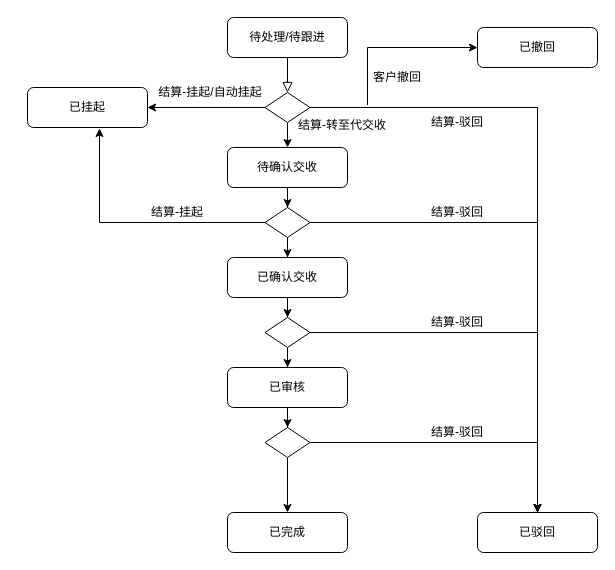
Above: Untitled Diagram.drawio in qzlll/rpcrabbitmq (draw.io), before the change. Source tidied: cells renumbered, new cells numbered last; positions are measured from the earlier drawing's top-left corner, leaving out a move shared by most shapes. Both pictures are drawn from the tidied source at 100%, with x=0, y=0 at pixel (27, 17).
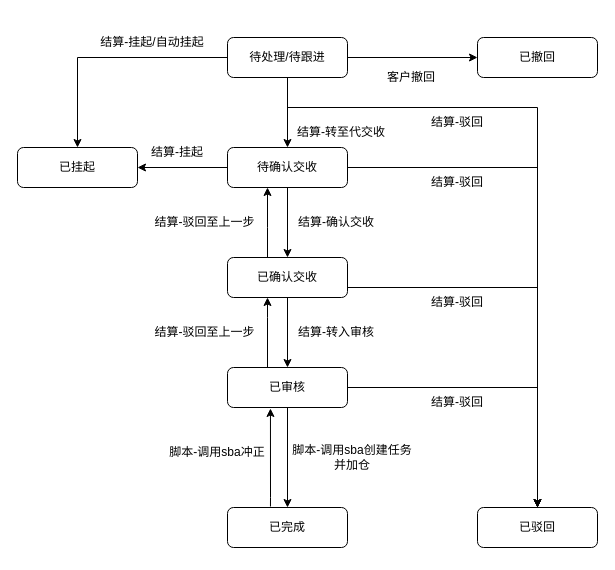
After the change.

Unchanged cells that the change refers to:
```xml
<mxCell id="10" value="待确认交收" style="rounded=1;whiteSpace=wrap;html=1;fontSize=12;glass=0;strokeWidth=1;shadow=0;" parent="1" vertex="1">
  <mxGeometry x="200" y="130" width="120" height="40" as="geometry" />
</mxCell>
<mxCell id="13" value="已确认交收" style="rounded=1;whiteSpace=wrap;html=1;fontSize=12;glass=0;strokeWidth=1;shadow=0;" parent="1" vertex="1">
  <mxGeometry x="200" y="240" width="120" height="40" as="geometry" />
</mxCell>
<mxCell id="15" value="已审核" style="rounded=1;whiteSpace=wrap;html=1;fontSize=12;glass=0;strokeWidth=1;shadow=0;" parent="1" vertex="1">
  <mxGeometry x="200" y="350" width="120" height="40" as="geometry" />
</mxCell>
```

Diff of the diagram source:
```diff
@@
-    <mxCell id="2" style="rounded=0;html=1;jettySize=auto;fontSize=11;endArrow=block;endFill=0;endSize=8;strokeWidth=1;shadow=0;labelBackgroundColor=none;edgeStyle=orthogonalEdgeStyle;" parent="1" edge="1" source="3" target="7">
-      <mxGeometry relative="1" as="geometry" />
-    </mxCell>
     <mxCell id="3" value="待处理/待跟进" style="rounded=1;whiteSpace=wrap;html=1;fontSize=12;glass=0;strokeWidth=1;shadow=0;" parent="1" vertex="1">
-      <mxGeometry x="200" width="120" height="40" as="geometry" />
+      <mxGeometry x="200" y="20" width="120" height="40" as="geometry" />
     </mxCell>
-    <mxCell id="4" style="edgeStyle=orthogonalEdgeStyle;rounded=0;jettySize=auto;html=1;entryX=0.5;entryY=0;entryDx=0;entryDy=0;" parent="1" edge="1" source="7" target="10">
+    <mxCell id="4" style="edgeStyle=orthogonalEdgeStyle;rounded=0;jettySize=auto;html=1;entryX=0.5;entryY=0;entryDx=0;entryDy=0;" parent="1" edge="1" source="3" target="10">
       <mxGeometry relative="1" as="geometry" />
     </mxCell>
-    <mxCell id="5" style="edgeStyle=orthogonalEdgeStyle;rounded=0;jettySize=auto;html=1;" parent="1" edge="1" source="7" target="8">
-      <mxGeometry relative="1" as="geometry" />
+    <mxCell id="5" style="edgeStyle=orthogonalEdgeStyle;rounded=0;jettySize=auto;html=1;" parent="1" edge="1" source="3" target="8">
+      <mxGeometry relative="1" as="geometry">
+        <Array as="points">
+          <mxPoint x="50" y="40" />
+        </Array>
+      </mxGeometry>
     </mxCell>
-    <mxCell id="6" style="edgeStyle=orthogonalEdgeStyle;rounded=0;jettySize=auto;html=1;" parent="1" edge="1" source="7" target="20">
+    <mxCell id="6" style="edgeStyle=orthogonalEdgeStyle;rounded=0;jettySize=auto;html=1;" parent="1" edge="1" target="20">
       <mxGeometry relative="1" as="geometry">
+        <mxPoint x="260" y="90" as="sourcePoint" />
         <Array as="points">
           <mxPoint x="510" y="90" />
         </Array>
       </mxGeometry>
     </mxCell>
-    <mxCell id="7" style="rhombus;whiteSpace=wrap;html=1;shadow=0;fontFamily=Helvetica;fontSize=12;align=center;strokeWidth=1;spacing=6;spacingTop=-4;" parent="1" vertex="1">
-      <mxGeometry x="237.5" y="75" width="45" height="30" as="geometry" />
-    </mxCell>
     <mxCell id="8" value="已挂起" style="rounded=1;whiteSpace=wrap;html=1;fontSize=12;glass=0;strokeWidth=1;shadow=0;" parent="1" vertex="1">
-      <mxGeometry y="70" width="120" height="40" as="geometry" />
+      <mxGeometry x="-10" y="130" width="120" height="40" as="geometry" />
     </mxCell>
-    <mxCell id="9" style="edgeStyle=orthogonalEdgeStyle;rounded=0;jettySize=auto;html=1;" parent="1" edge="1" source="10" target="19">
-      <mxGeometry relative="1" as="geometry" />
-    </mxCell>
+    <mxCell id="38" style="edgeStyle=orthogonalEdgeStyle;rounded=0;jettySize=auto;html=1;entryX=1;entryY=0.5;entryDx=0;entryDy=0;" parent="1" edge="1" source="10" target="8">
+      <mxGeometry relative="1" as="geometry" />
+    </mxCell>
@@
+    <mxCell id="39" style="edgeStyle=orthogonalEdgeStyle;rounded=0;jettySize=auto;html=1;entryX=0.358;entryY=1.025;entryDx=0;entryDy=0;entryPerimeter=0;exitX=0.358;exitY=-0.025;exitDx=0;exitDy=0;exitPerimeter=0;" parent="1" edge="1" source="11" target="15">
+      <mxGeometry relative="1" as="geometry">
+        <Array as="points">
+          <mxPoint x="243" y="480" />
+          <mxPoint x="243" y="480" />
+        </Array>
+      </mxGeometry>
+    </mxCell>
     <mxCell id="11" value="已完成" style="rounded=1;whiteSpace=wrap;html=1;fontSize=12;glass=0;strokeWidth=1;shadow=0;" parent="1" vertex="1">
-      <mxGeometry x="200" y="495" width="120" height="40" as="geometry" />
+      <mxGeometry x="200" y="490" width="120" height="40" as="geometry" />
     </mxCell>
-    <mxCell id="12" style="edgeStyle=orthogonalEdgeStyle;rounded=0;jettySize=auto;html=1;" parent="1" edge="1" source="13" target="24">
+    <mxCell id="12" style="edgeStyle=orthogonalEdgeStyle;rounded=0;jettySize=auto;html=1;entryX=0.5;entryY=0;entryDx=0;entryDy=0;" parent="1" edge="1" source="13" target="15">
       <mxGeometry relative="1" as="geometry" />
     </mxCell>
@@
-    <mxCell id="14" style="edgeStyle=orthogonalEdgeStyle;rounded=0;jettySize=auto;html=1;" parent="1" edge="1" source="15" target="27">
-      <mxGeometry relative="1" as="geometry" />
-    </mxCell>
@@
-    <mxCell id="16" style="edgeStyle=orthogonalEdgeStyle;rounded=0;jettySize=auto;html=1;" parent="1" edge="1" source="19" target="13">
+    <mxCell id="16" style="edgeStyle=orthogonalEdgeStyle;rounded=0;jettySize=auto;html=1;exitX=0.5;exitY=1;exitDx=0;exitDy=0;" parent="1" edge="1" source="10" target="13">
       <mxGeometry relative="1" as="geometry" />
     </mxCell>
-    <mxCell id="17" style="edgeStyle=orthogonalEdgeStyle;rounded=0;jettySize=auto;html=1;entryX=0.6;entryY=1.025;entryDx=0;entryDy=0;entryPerimeter=0;" parent="1" edge="1" source="19" target="8">
-      <mxGeometry relative="1" as="geometry" />
-    </mxCell>
-    <mxCell id="18" style="edgeStyle=orthogonalEdgeStyle;rounded=0;jettySize=auto;html=1;entryX=0.5;entryY=0;entryDx=0;entryDy=0;" parent="1" edge="1" source="19" target="20">
-      <mxGeometry relative="1" as="geometry" />
+    <mxCell id="18" style="edgeStyle=orthogonalEdgeStyle;rounded=0;jettySize=auto;html=1;entryX=0.5;entryY=0;entryDx=0;entryDy=0;" parent="1" edge="1" target="20">
+      <mxGeometry relative="1" as="geometry">
+        <mxPoint x="320" y="150" as="sourcePoint" />
+        <Array as="points">
+          <mxPoint x="510" y="150" />
+        </Array>
+      </mxGeometry>
     </mxCell>
-    <mxCell id="19" style="rhombus;whiteSpace=wrap;html=1;shadow=0;fontFamily=Helvetica;fontSize=12;align=center;strokeWidth=1;spacing=6;spacingTop=-4;" parent="1" vertex="1">
-      <mxGeometry x="237.5" y="190" width="45" height="30" as="geometry" />
-    </mxCell>
     <mxCell id="20" value="已驳回" style="rounded=1;whiteSpace=wrap;html=1;fontSize=12;glass=0;strokeWidth=1;shadow=0;" parent="1" vertex="1">
-      <mxGeometry x="450" y="495" width="120" height="40" as="geometry" />
+      <mxGeometry x="450" y="490" width="120" height="40" as="geometry" />
     </mxCell>
     <mxCell id="21" value="已撤回" style="rounded=1;whiteSpace=wrap;html=1;fontSize=12;glass=0;strokeWidth=1;shadow=0;" parent="1" vertex="1">
-      <mxGeometry x="450" y="10" width="120" height="40" as="geometry" />
+      <mxGeometry x="450" y="20" width="120" height="40" as="geometry" />
     </mxCell>
-    <mxCell id="22" style="edgeStyle=orthogonalEdgeStyle;rounded=0;jettySize=auto;html=1;" parent="1" edge="1" source="24" target="15">
-      <mxGeometry relative="1" as="geometry" />
-    </mxCell>
-    <mxCell id="23" style="edgeStyle=orthogonalEdgeStyle;rounded=0;jettySize=auto;html=1;entryX=0.5;entryY=0;entryDx=0;entryDy=0;" parent="1" edge="1" source="24" target="20">
-      <mxGeometry relative="1" as="geometry" />
+    <mxCell id="23" style="edgeStyle=orthogonalEdgeStyle;rounded=0;jettySize=auto;html=1;entryX=0.5;entryY=0;entryDx=0;entryDy=0;" parent="1" edge="1" target="20">
+      <mxGeometry relative="1" as="geometry">
+        <mxPoint x="320" y="270" as="sourcePoint" />
+        <Array as="points">
+          <mxPoint x="510" y="270" />
+        </Array>
+      </mxGeometry>
     </mxCell>
-    <mxCell id="24" style="rhombus;whiteSpace=wrap;html=1;shadow=0;fontFamily=Helvetica;fontSize=12;align=center;strokeWidth=1;spacing=6;spacingTop=-4;" parent="1" vertex="1">
-      <mxGeometry x="237.5" y="300" width="45" height="30" as="geometry" />
-    </mxCell>
-    <mxCell id="25" style="edgeStyle=orthogonalEdgeStyle;rounded=0;jettySize=auto;html=1;" parent="1" edge="1" source="27" target="11">
+    <mxCell id="25" style="edgeStyle=orthogonalEdgeStyle;rounded=0;jettySize=auto;html=1;exitX=0.5;exitY=1;exitDx=0;exitDy=0;" parent="1" edge="1" source="15" target="11">
       <mxGeometry relative="1" as="geometry" />
     </mxCell>
-    <mxCell id="26" style="edgeStyle=orthogonalEdgeStyle;rounded=0;jettySize=auto;html=1;entryX=0.5;entryY=0;entryDx=0;entryDy=0;" parent="1" edge="1" source="27" target="20">
+    <mxCell id="26" style="edgeStyle=orthogonalEdgeStyle;rounded=0;jettySize=auto;html=1;entryX=0.5;entryY=0;entryDx=0;entryDy=0;exitX=1;exitY=0.5;exitDx=0;exitDy=0;" parent="1" edge="1" source="15" target="20">
       <mxGeometry relative="1" as="geometry" />
     </mxCell>
-    <mxCell id="27" style="rhombus;whiteSpace=wrap;html=1;shadow=0;fontFamily=Helvetica;fontSize=12;align=center;strokeWidth=1;spacing=6;spacingTop=-4;" parent="1" vertex="1">
-      <mxGeometry x="237.5" y="410" width="45" height="30" as="geometry" />
-    </mxCell>
-    <mxCell id="28" style="endArrow=classic;html=1;rounded=0;edgeStyle=orthogonalEdgeStyle;entryX=0;entryY=0.5;entryDx=0;entryDy=0;" parent="1" edge="1" target="21">
+    <mxCell id="28" style="endArrow=classic;html=1;rounded=0;edgeStyle=orthogonalEdgeStyle;entryX=0;entryY=0.5;entryDx=0;entryDy=0;" parent="1" edge="1" source="3" target="21">
       <mxGeometry relative="1" as="geometry">
-        <mxPoint x="340" y="87.5" as="sourcePoint" />
         <Array as="points">
-          <mxPoint x="340" y="30" />
+          <mxPoint x="450" y="40" />
         </Array>
       </mxGeometry>
     </mxCell>
@@
     <mxCell id="30" value="客户撤回" style="text;html=1;strokeColor=none;fillColor=none;align=center;verticalAlign=middle;whiteSpace=wrap;rounded=0;" parent="1" vertex="1">
-      <mxGeometry x="340" y="50" width="60" height="20" as="geometry" />
+      <mxGeometry x="353.5" y="50" width="60" height="20" as="geometry" />
     </mxCell>
@@
     <mxCell id="32" value="结算-驳回" style="text;html=1;strokeColor=none;fillColor=none;align=center;verticalAlign=middle;whiteSpace=wrap;rounded=0;" parent="1" vertex="1">
-      <mxGeometry x="390" y="180" width="80" height="30" as="geometry" />
+      <mxGeometry x="390" y="150" width="80" height="30" as="geometry" />
     </mxCell>
     <mxCell id="33" value="结算-驳回" style="text;html=1;strokeColor=none;fillColor=none;align=center;verticalAlign=middle;whiteSpace=wrap;rounded=0;" parent="1" vertex="1">
-      <mxGeometry x="390" y="290" width="80" height="30" as="geometry" />
+      <mxGeometry x="390" y="270" width="80" height="30" as="geometry" />
     </mxCell>
     <mxCell id="34" value="结算-驳回" style="text;html=1;strokeColor=none;fillColor=none;align=center;verticalAlign=middle;whiteSpace=wrap;rounded=0;" parent="1" vertex="1">
-      <mxGeometry x="390" y="400" width="80" height="30" as="geometry" />
+      <mxGeometry x="390" y="370" width="80" height="30" as="geometry" />
     </mxCell>
     <mxCell id="35" value="结算-挂起/自动挂起" style="text;html=1;strokeColor=none;fillColor=none;align=center;verticalAlign=middle;whiteSpace=wrap;rounded=0;" parent="1" vertex="1">
-      <mxGeometry x="127.5" y="60" width="110" height="30" as="geometry" />
+      <mxGeometry x="70" y="10" width="110" height="30" as="geometry" />
     </mxCell>
     <mxCell id="36" value="结算-挂起" style="text;html=1;strokeColor=none;fillColor=none;align=center;verticalAlign=middle;whiteSpace=wrap;rounded=0;" parent="1" vertex="1">
-      <mxGeometry x="120" y="180" width="60" height="30" as="geometry" />
+      <mxGeometry x="120" y="120" width="60" height="30" as="geometry" />
     </mxCell>
     <mxCell id="37" value="结算-转至代交收" style="text;html=1;strokeColor=none;fillColor=none;align=center;verticalAlign=middle;whiteSpace=wrap;rounded=0;" parent="1" vertex="1">
-      <mxGeometry x="270" y="95" width="90" height="25" as="geometry" />
+      <mxGeometry x="268.5" y="102" width="90" height="25" as="geometry" />
     </mxCell>
+    <mxCell id="40" value="结算-确认交收" style="text;html=1;strokeColor=none;fillColor=none;align=center;verticalAlign=middle;whiteSpace=wrap;rounded=0;" parent="1" vertex="1">
+      <mxGeometry x="263.5" y="190" width="90" height="30" as="geometry" />
+    </mxCell>
+    <mxCell id="41" value="结算-转入审核" style="text;html=1;strokeColor=none;fillColor=none;align=center;verticalAlign=middle;whiteSpace=wrap;rounded=0;" parent="1" vertex="1">
+      <mxGeometry x="263.5" y="300" width="90" height="30" as="geometry" />
+    </mxCell>
+    <mxCell id="42" value="脚本-调用sba创建任务并加仓" style="text;html=1;strokeColor=none;fillColor=none;align=center;verticalAlign=middle;whiteSpace=wrap;rounded=0;" parent="1" vertex="1">
+      <mxGeometry x="260" y="420" width="130" height="40" as="geometry" />
+    </mxCell>
+    <mxCell id="43" value="脚本-调用sba冲正" style="text;html=1;strokeColor=none;fillColor=none;align=center;verticalAlign=middle;whiteSpace=wrap;rounded=0;" parent="1" vertex="1">
+      <mxGeometry x="130" y="420" width="120" height="30" as="geometry" />
+    </mxCell>
+    <mxCell id="44" style="endArrow=classic;html=1;rounded=0;edgeStyle=orthogonalEdgeStyle;" parent="1" edge="1" source="15">
+      <mxGeometry relative="1" as="geometry">
+        <mxPoint x="240" y="280" as="targetPoint" />
+        <Array as="points">
+          <mxPoint x="240" y="300" />
+          <mxPoint x="240" y="300" />
+        </Array>
+      </mxGeometry>
+    </mxCell>
+    <mxCell id="45" value="结算-驳回至上一步" style="text;html=1;strokeColor=none;fillColor=none;align=center;verticalAlign=middle;whiteSpace=wrap;rounded=0;" parent="1" vertex="1">
+      <mxGeometry x="120" y="300" width="115" height="30" as="geometry" />
+    </mxCell>
+    <mxCell id="46" style="endArrow=classic;html=1;rounded=0;edgeStyle=orthogonalEdgeStyle;exitX=0.25;exitY=0;exitDx=0;exitDy=0;" parent="1" edge="1">
+      <mxGeometry relative="1" as="geometry">
+        <mxPoint x="240" y="240" as="sourcePoint" />
+        <mxPoint x="240" y="170" as="targetPoint" />
+        <Array as="points">
+          <mxPoint x="240" y="210" />
+          <mxPoint x="240" y="210" />
+        </Array>
+      </mxGeometry>
+    </mxCell>
+    <mxCell id="47" value="结算-驳回至上一步" style="text;html=1;strokeColor=none;fillColor=none;align=center;verticalAlign=middle;whiteSpace=wrap;rounded=0;" parent="1" vertex="1">
+      <mxGeometry x="120" y="190" width="115" height="30" as="geometry" />
+    </mxCell>
```
